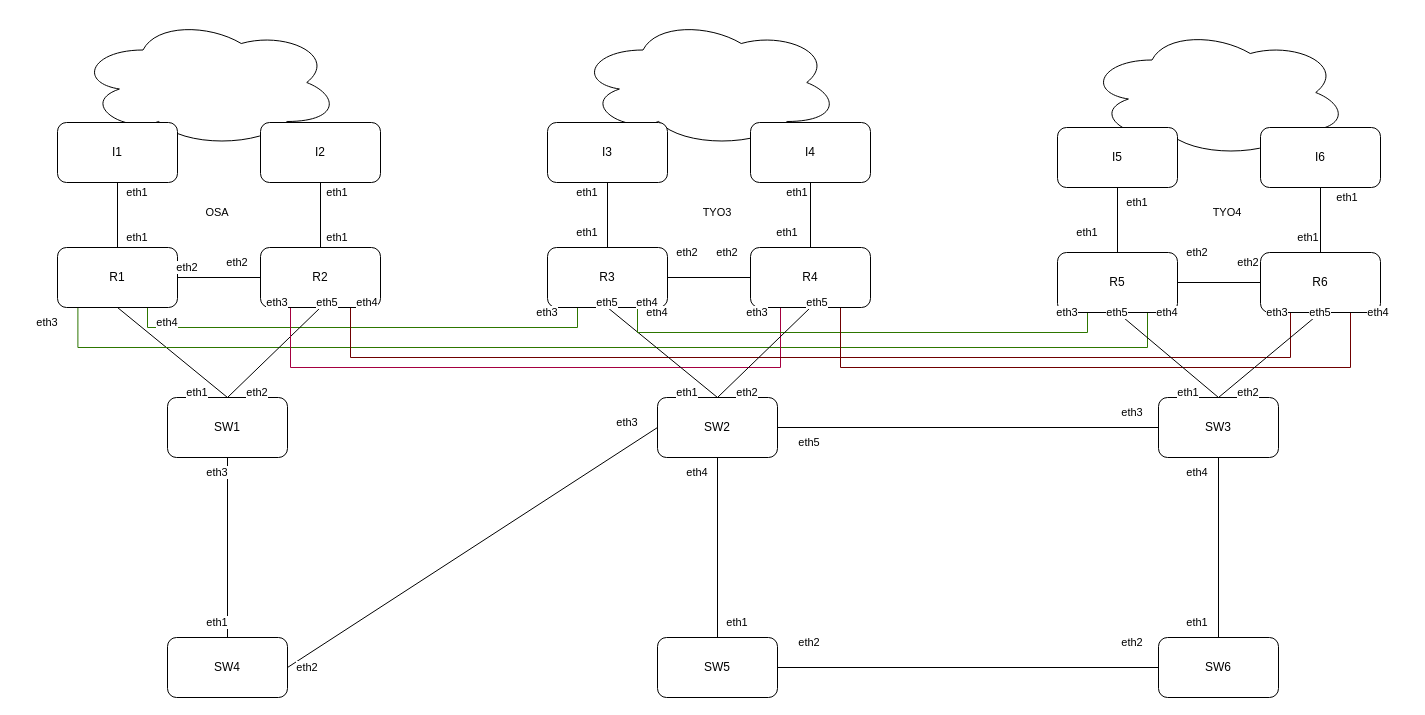
jiegitrepo/network_container_lab keeps this draw.io diagram as FULL_INTERNET/Diagram.drawio. Above is the earlier version. Source tidied: cells renumbered, new cells numbered last; positions are measured from the earlier drawing's top-left corner, leaving out a move shared by most shapes. Both pictures are drawn from the tidied source at 100%, with x=0, y=0 at pixel (17, 17).
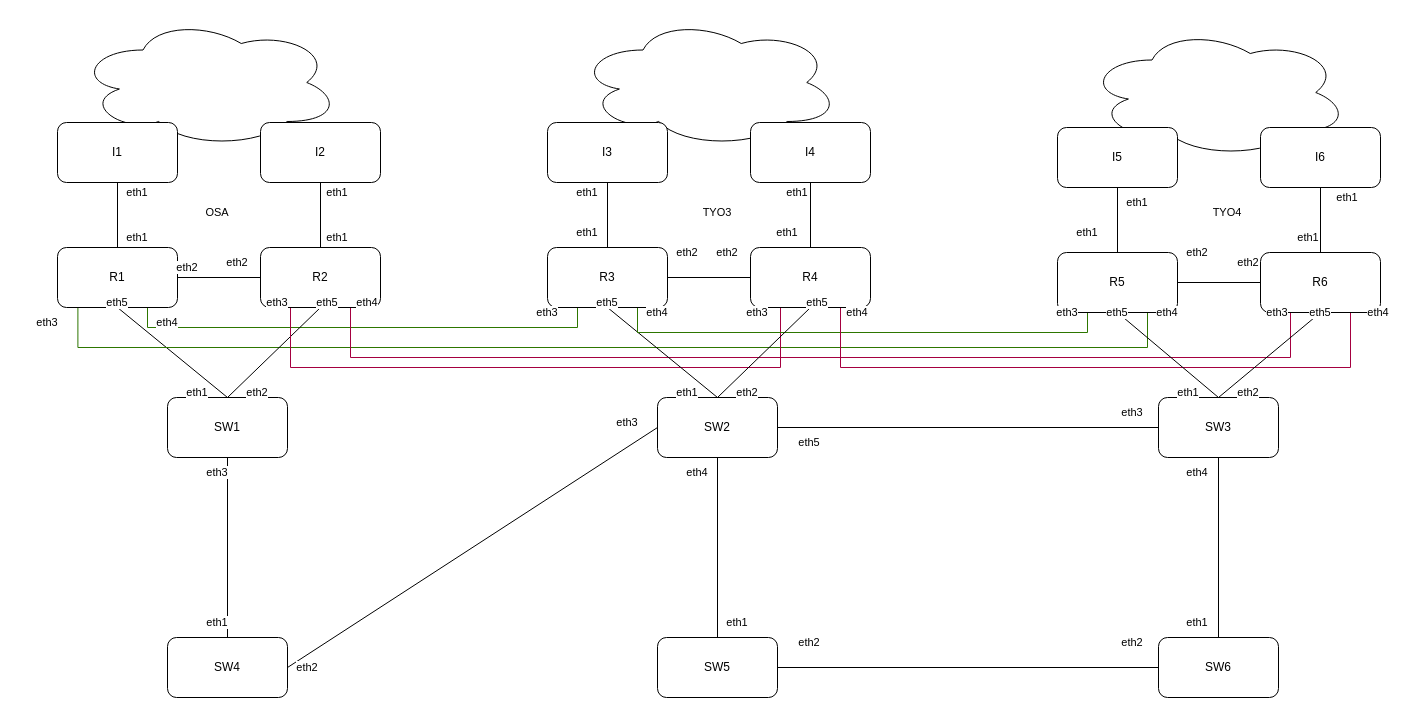
The same diagram, later.

Unchanged cells that the change refers to:
```xml
<mxCell id="10" value="R2" style="rounded=1;whiteSpace=wrap;html=1;" parent="1" vertex="1">
  <mxGeometry x="243" y="230" width="120" height="60" as="geometry" />
</mxCell>
<mxCell id="21" value="R4" style="rounded=1;whiteSpace=wrap;html=1;" parent="1" vertex="1">
  <mxGeometry x="733" y="230" width="120" height="60" as="geometry" />
</mxCell>
<mxCell id="30" value="R6" style="rounded=1;whiteSpace=wrap;html=1;" parent="1" vertex="1">
  <mxGeometry x="1243" y="235" width="120" height="60" as="geometry" />
</mxCell>
```

Diff of the diagram source:
```diff
@@
-    <mxCell id="9" style="edgeStyle=orthogonalEdgeStyle;shape=connector;rounded=0;jettySize=auto;html=1;exitX=0.75;exitY=1;exitDx=0;exitDy=0;entryX=0.25;entryY=1;entryDx=0;entryDy=0;strokeColor=#6F0000;align=center;verticalAlign=middle;fontFamily=Helvetica;fontSize=11;fontColor=default;labelBackgroundColor=default;endArrow=none;endFill=0;fillColor=#a20025;" parent="1" edge="1" source="10" target="30">
+    <mxCell id="9" style="edgeStyle=orthogonalEdgeStyle;shape=connector;rounded=0;jettySize=auto;html=1;exitX=0.75;exitY=1;exitDx=0;exitDy=0;entryX=0.25;entryY=1;entryDx=0;entryDy=0;strokeColor=#A50040;align=center;verticalAlign=middle;fontFamily=Helvetica;fontSize=11;fontColor=default;labelBackgroundColor=default;endArrow=none;endFill=0;fillColor=#d80073;" parent="1" edge="1" source="10" target="30">
       <mxGeometry relative="1" as="geometry">
         <Array as="points">
           <mxPoint x="333" y="340" />
           <mxPoint x="1273" y="340" />
         </Array>
       </mxGeometry>
     </mxCell>
@@
-    <mxCell id="20" style="edgeStyle=orthogonalEdgeStyle;shape=connector;rounded=0;jettySize=auto;html=1;exitX=0.75;exitY=1;exitDx=0;exitDy=0;entryX=0.75;entryY=1;entryDx=0;entryDy=0;strokeColor=#6F0000;align=center;verticalAlign=middle;fontFamily=Helvetica;fontSize=11;fontColor=default;labelBackgroundColor=default;endArrow=none;endFill=0;fillColor=#a20025;" parent="1" edge="1" source="21" target="30">
+    <mxCell id="20" style="edgeStyle=orthogonalEdgeStyle;shape=connector;rounded=0;jettySize=auto;html=1;exitX=0.75;exitY=1;exitDx=0;exitDy=0;entryX=0.75;entryY=1;entryDx=0;entryDy=0;strokeColor=#A50040;align=center;verticalAlign=middle;fontFamily=Helvetica;fontSize=11;fontColor=default;labelBackgroundColor=default;endArrow=none;endFill=0;fillColor=#d80073;" parent="1" edge="1" source="21" target="30">
       <mxGeometry relative="1" as="geometry">
         <Array as="points">
           <mxPoint x="823" y="350" />
           <mxPoint x="1333" y="350" />
         </Array>
       </mxGeometry>
     </mxCell>
@@
     <mxCell id="86" value="eth4" style="text;html=1;whiteSpace=wrap;strokeColor=none;fillColor=none;align=center;verticalAlign=middle;rounded=0;fontFamily=Helvetica;fontSize=11;fontColor=default;labelBackgroundColor=default;" parent="1" vertex="1">
-      <mxGeometry x="600" y="270" width="60" height="30" as="geometry" />
+      <mxGeometry x="810" y="280" width="60" height="30" as="geometry" />
     </mxCell>
@@
+    <mxCell id="106" value="eth5" style="text;html=1;whiteSpace=wrap;strokeColor=none;fillColor=none;align=center;verticalAlign=middle;rounded=0;fontFamily=Helvetica;fontSize=11;fontColor=default;labelBackgroundColor=default;" parent="1" vertex="1">
+      <mxGeometry x="70" y="270" width="60" height="30" as="geometry" />
+    </mxCell>
```
